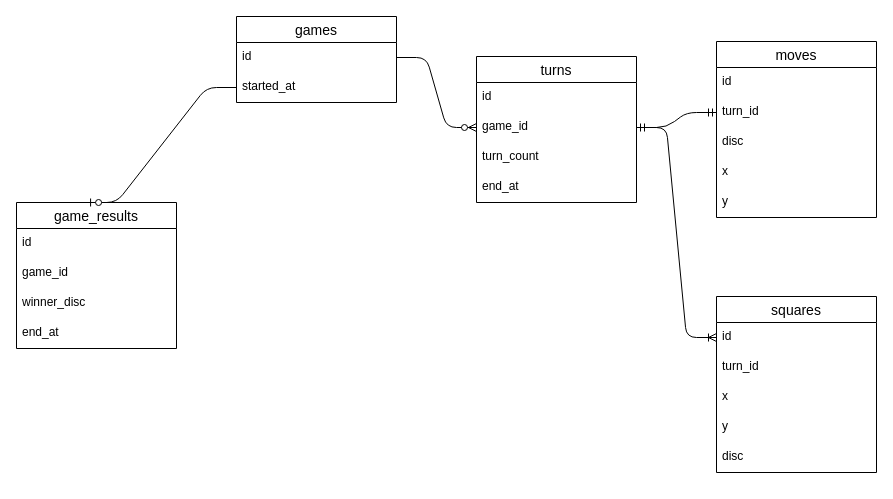
TOnodera/oop-reversi keeps this draw.io diagram as docs/er.drawio. Above is the earlier version. Source tidied: cells renumbered, new cells numbered last; positions are measured from the earlier drawing's top-left corner, leaving out a move shared by most shapes. Both pictures are drawn from the tidied source at 100%, with x=0, y=0 at pixel (16, 16).
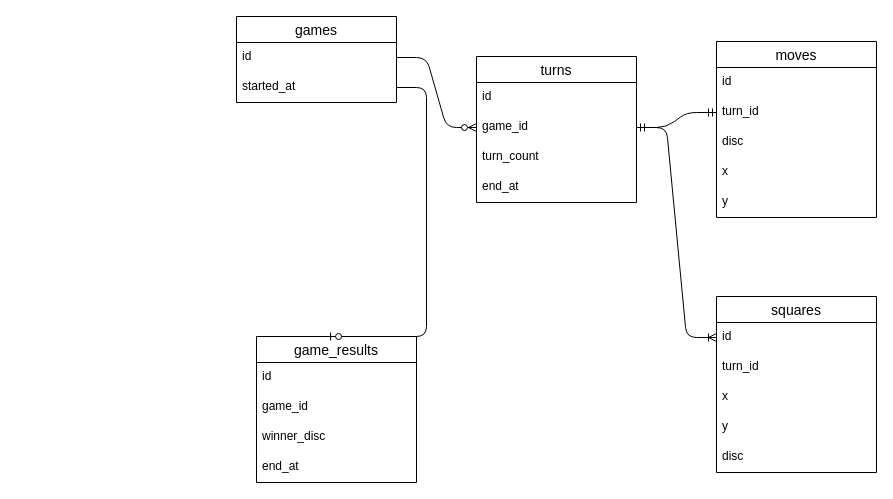
Above is the later version.

The change refers to these unchanged cells:
```xml
<mxCell id="4" value="started_at" style="text;strokeColor=none;fillColor=none;spacingLeft=4;spacingRight=4;overflow=hidden;points=[[0,0.5],[1,0.5]];portConstraint=eastwest;fontSize=12;" parent="2" vertex="1">
  <mxGeometry y="56" width="160" height="30" as="geometry" />
</mxCell>
```

The edit, as a diff of the source:
```diff
@@
     <mxCell id="25" value="game_results" style="swimlane;fontStyle=0;horizontal=1;startSize=26;align=center;fontSize=14;" parent="1" vertex="1">
-      <mxGeometry y="186" width="160" height="146" as="geometry" />
+      <mxGeometry x="240" y="320" width="160" height="146" as="geometry" />
     </mxCell>
@@
-    <mxCell id="30" style="edgeStyle=entityRelationEdgeStyle;fontSize=12;html=1;endArrow=ERzeroToOne;endFill=1;exitX=0;exitY=0.5;exitDx=0;exitDy=0;entryX=0.438;entryY=0;entryDx=0;entryDy=0;entryPerimeter=0;" parent="1" edge="1" source="4" target="25">
+    <mxCell id="30" style="edgeStyle=entityRelationEdgeStyle;fontSize=12;html=1;endArrow=ERzeroToOne;endFill=1;entryX=0.438;entryY=0;entryDx=0;entryDy=0;entryPerimeter=0;" parent="1" edge="1" source="4" target="25">
       <mxGeometry relative="1" as="geometry" />
     </mxCell>
```
